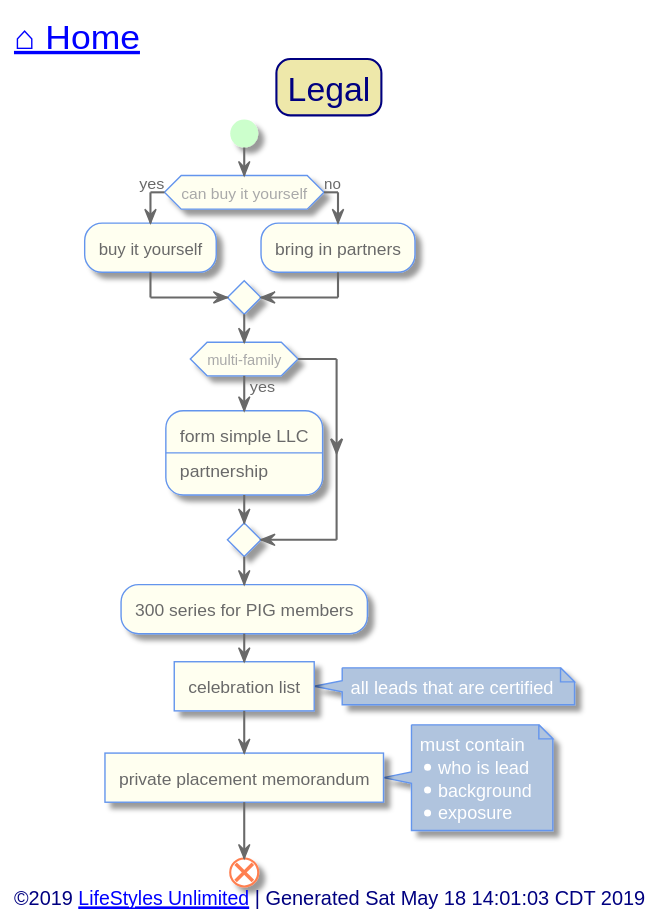
The PlantUML diagram out/src/unlimited-lifestyle/legal.svg in toddmo/lifestylesunlimited, before a commit.
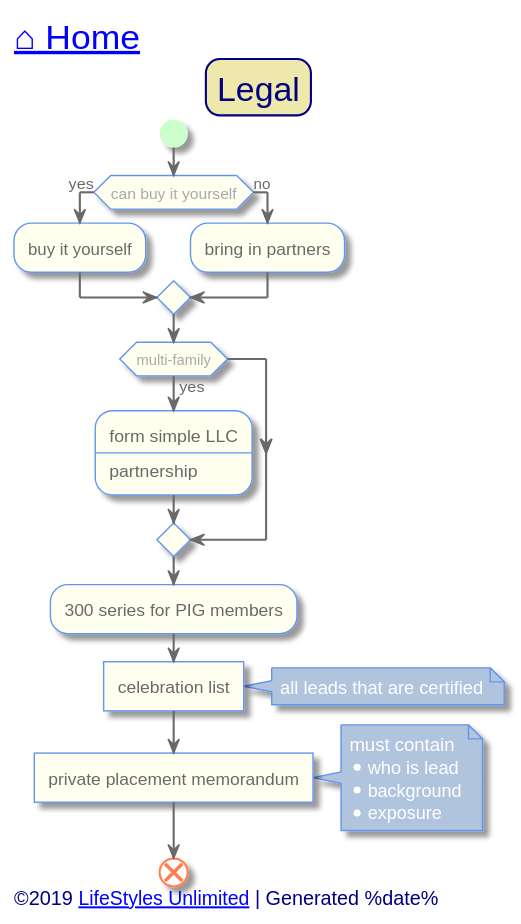
After the change.

Diff of the diagram source:
```diff
@@ -114,7 +114,7 @@
 
 
 left footer
-	<font size=14>©2019 [[http://www.lifestylesunlimited.com LifeStyles Unlimited]] | Generated Sat May 18 14:01:03 CDT 2019</font>
+	<font size=14>©2019 [[http://www.lifestylesunlimited.com LifeStyles Unlimited]] | Generated %date%</font>
 endfooter
 
 
```
